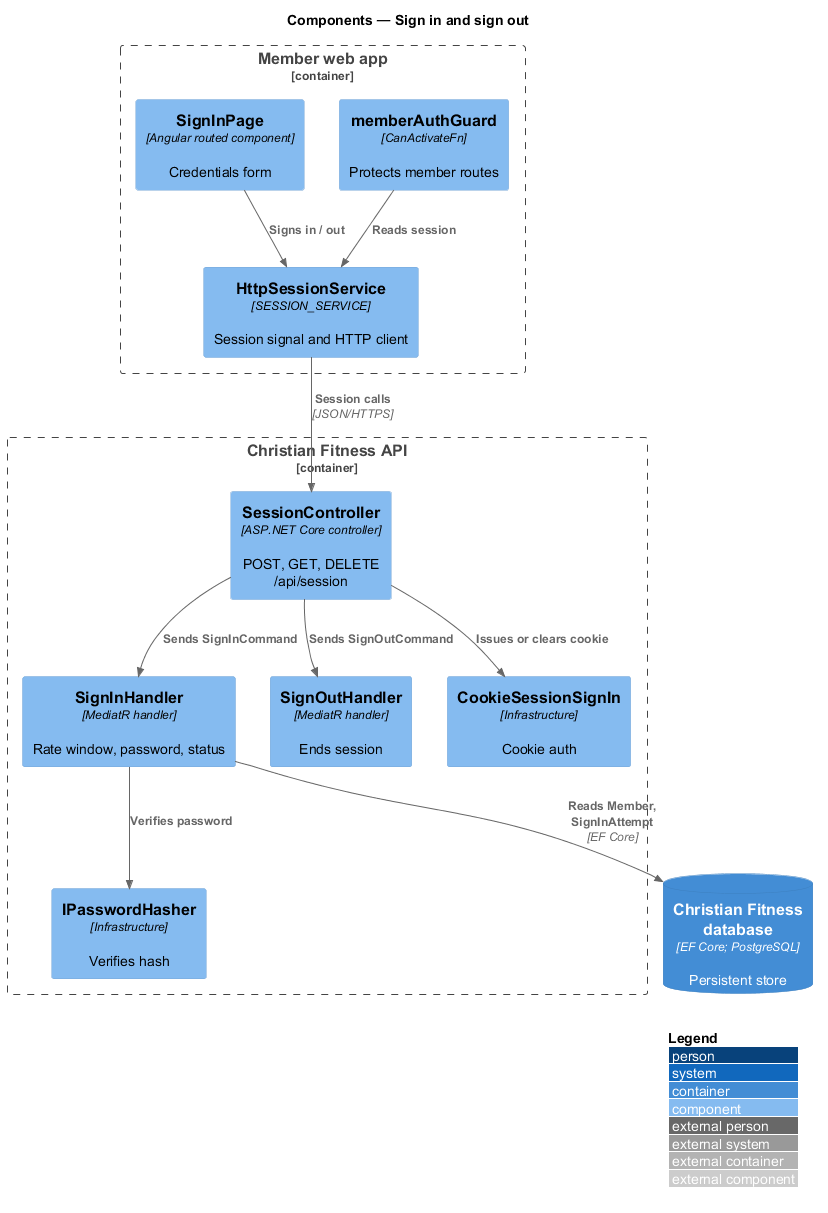
Earlier version of the PlantUML export docs/detailed-designs/member-access/sign-in-and-out/diagrams/c4-component.png (QuinntyneBrown/christian-fitness).
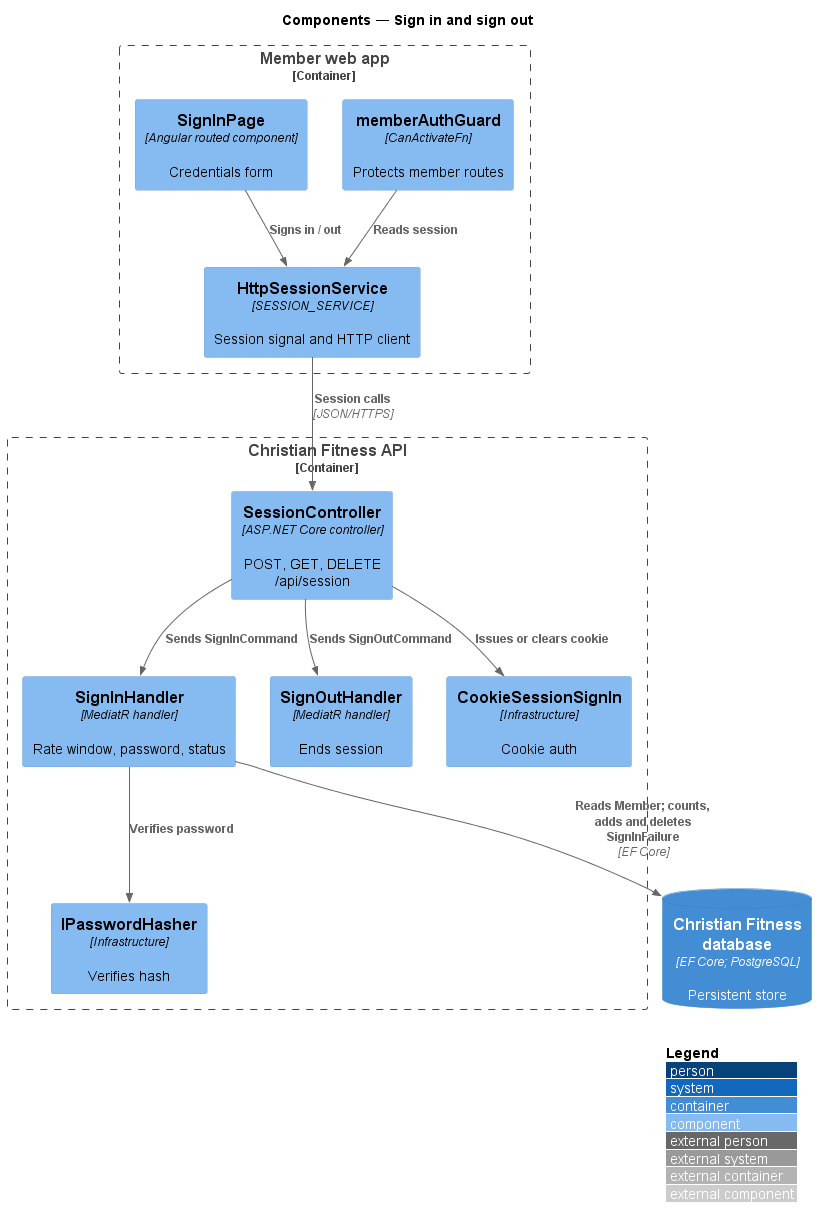
Above is the later version.

What changed in the source:
```diff
@@ -23,6 +23,6 @@
 Rel(ctrl, h, "Sends SignInCommand")
 Rel(ctrl, o, "Sends SignOutCommand")
 Rel(h, hash, "Verifies password")
-Rel(h, db, "Reads Member, SignInAttempt", "EF Core")
+Rel(h, db, "Reads Member; counts, adds and deletes SignInFailure", "EF Core")
 Rel(ctrl, sess, "Issues or clears cookie")
 @enduml
```
